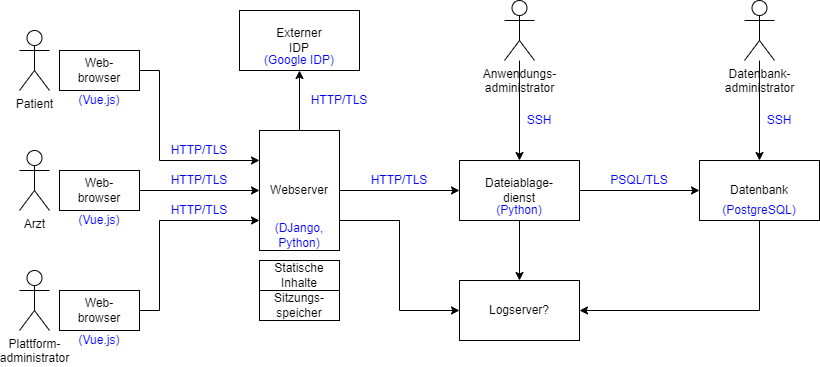
DavidFambach/Abgabe-ASE-Patientenakte keeps this draw.io diagram as documents/Architekturüberblick/Architekturüberblick (technisch).png. Above is the earlier version. Source tidied: cells renumbered, new cells last; positions are measured from the earlier drawing's top-left corner, leaving out a move shared by most shapes. Source of this version:
```xml
<mxGraphModel>
  <root>
    <mxCell id="0" />
    <mxCell id="1" parent="0" />
    <mxCell id="2" value="Patient" style="shape=umlActor;verticalLabelPosition=bottom;verticalAlign=top;html=1;" parent="1" vertex="1">
      <mxGeometry y="30" width="30" height="60" as="geometry" />
    </mxCell>
    <mxCell id="3" value="Arzt" style="shape=umlActor;verticalLabelPosition=bottom;verticalAlign=top;html=1;" parent="1" vertex="1">
      <mxGeometry y="150" width="30" height="60" as="geometry" />
    </mxCell>
    <mxCell id="4" value="&lt;div&gt;Plattform-&lt;/div&gt;&lt;div&gt;administrator&lt;/div&gt;" style="shape=umlActor;verticalLabelPosition=bottom;verticalAlign=top;html=1;" parent="1" vertex="1">
      <mxGeometry y="270" width="30" height="60" as="geometry" />
    </mxCell>
    <mxCell id="5" style="edgeStyle=orthogonalEdgeStyle;rounded=0;jettySize=auto;html=1;exitX=1;exitY=0.5;exitDx=0;exitDy=0;entryX=0;entryY=0.25;entryDx=0;entryDy=0;" parent="1" edge="1" source="6" target="14">
      <mxGeometry relative="1" as="geometry">
        <Array as="points">
          <mxPoint x="140" y="70" />
          <mxPoint x="140" y="160" />
        </Array>
      </mxGeometry>
    </mxCell>
    <mxCell id="6" value="&lt;div&gt;Web-&lt;/div&gt;&lt;div&gt;browser&lt;br&gt;&lt;/div&gt;" style="rounded=0;whiteSpace=wrap;html=1;" parent="1" vertex="1">
      <mxGeometry x="40" y="50" width="80" height="40" as="geometry" />
    </mxCell>
    <mxCell id="7" style="edgeStyle=orthogonalEdgeStyle;rounded=0;jettySize=auto;html=1;exitX=1;exitY=0.5;exitDx=0;exitDy=0;" parent="1" edge="1" source="8" target="14">
      <mxGeometry relative="1" as="geometry" />
    </mxCell>
    <mxCell id="8" value="&lt;div&gt;Web-&lt;/div&gt;&lt;div&gt;browser&lt;br&gt;&lt;/div&gt;" style="rounded=0;whiteSpace=wrap;html=1;" parent="1" vertex="1">
      <mxGeometry x="40" y="170" width="80" height="40" as="geometry" />
    </mxCell>
    <mxCell id="9" style="edgeStyle=orthogonalEdgeStyle;rounded=0;jettySize=auto;html=1;exitX=1;exitY=0.5;exitDx=0;exitDy=0;entryX=0;entryY=0.75;entryDx=0;entryDy=0;" parent="1" edge="1" source="10" target="14">
      <mxGeometry relative="1" as="geometry">
        <Array as="points">
          <mxPoint x="140" y="310" />
          <mxPoint x="140" y="220" />
        </Array>
      </mxGeometry>
    </mxCell>
    <mxCell id="10" value="&lt;div&gt;Web-&lt;/div&gt;&lt;div&gt;browser&lt;br&gt;&lt;/div&gt;" style="rounded=0;whiteSpace=wrap;html=1;" parent="1" vertex="1">
      <mxGeometry x="40" y="290" width="80" height="40" as="geometry" />
    </mxCell>
    <mxCell id="11" style="edgeStyle=orthogonalEdgeStyle;rounded=0;jettySize=auto;html=1;exitX=1;exitY=0.5;exitDx=0;exitDy=0;" parent="1" edge="1" source="14" target="18">
      <mxGeometry relative="1" as="geometry" />
    </mxCell>
    <mxCell id="12" style="edgeStyle=orthogonalEdgeStyle;rounded=0;jettySize=auto;html=1;exitX=1;exitY=0.75;exitDx=0;exitDy=0;entryX=0;entryY=0.5;entryDx=0;entryDy=0;" parent="1" edge="1" source="14" target="21">
      <mxGeometry relative="1" as="geometry" />
    </mxCell>
    <mxCell id="13" style="edgeStyle=orthogonalEdgeStyle;rounded=0;jettySize=auto;html=1;exitX=0.5;exitY=0;exitDx=0;exitDy=0;" parent="1" edge="1" source="14" target="15">
      <mxGeometry relative="1" as="geometry" />
    </mxCell>
    <mxCell id="14" value="&lt;div&gt;Webserver&lt;/div&gt;" style="rounded=0;whiteSpace=wrap;html=1;" parent="1" vertex="1">
      <mxGeometry x="240" y="130" width="80" height="120" as="geometry" />
    </mxCell>
    <mxCell id="15" value="&lt;div&gt;Externer&lt;/div&gt;&lt;div&gt;IDP&lt;br&gt;&lt;/div&gt;" style="rounded=0;whiteSpace=wrap;html=1;" parent="1" vertex="1">
      <mxGeometry x="220" y="10" width="120" height="60" as="geometry" />
    </mxCell>
    <mxCell id="16" style="edgeStyle=orthogonalEdgeStyle;rounded=0;jettySize=auto;html=1;exitX=1;exitY=0.5;exitDx=0;exitDy=0;" parent="1" edge="1" source="18" target="20">
      <mxGeometry relative="1" as="geometry" />
    </mxCell>
    <mxCell id="17" style="edgeStyle=orthogonalEdgeStyle;rounded=0;jettySize=auto;html=1;exitX=0.5;exitY=1;exitDx=0;exitDy=0;entryX=0.5;entryY=0;entryDx=0;entryDy=0;" parent="1" edge="1" source="18" target="21">
      <mxGeometry relative="1" as="geometry" />
    </mxCell>
    <mxCell id="18" value="&lt;div&gt;Dateiablage-&lt;/div&gt;&lt;div&gt;dienst&lt;br&gt;&lt;/div&gt;" style="rounded=0;whiteSpace=wrap;html=1;" parent="1" vertex="1">
      <mxGeometry x="440" y="160" width="120" height="60" as="geometry" />
    </mxCell>
    <mxCell id="19" style="edgeStyle=orthogonalEdgeStyle;rounded=0;jettySize=auto;html=1;exitX=0.5;exitY=1;exitDx=0;exitDy=0;entryX=1;entryY=0.5;entryDx=0;entryDy=0;" parent="1" edge="1" source="20" target="21">
      <mxGeometry relative="1" as="geometry" />
    </mxCell>
    <mxCell id="20" value="Datenbank" style="rounded=0;whiteSpace=wrap;html=1;" parent="1" vertex="1">
      <mxGeometry x="680" y="160" width="120" height="60" as="geometry" />
    </mxCell>
    <mxCell id="21" value="Logserver?" style="rounded=0;whiteSpace=wrap;html=1;" parent="1" vertex="1">
      <mxGeometry x="440" y="280" width="120" height="60" as="geometry" />
    </mxCell>
    <mxCell id="22" value="Statische Inhalte" style="rounded=0;whiteSpace=wrap;html=1;" parent="1" vertex="1">
      <mxGeometry x="240" y="260" width="80" height="30" as="geometry" />
    </mxCell>
    <mxCell id="23" value="&lt;div&gt;Sitzungs-&lt;/div&gt;&lt;div&gt;speicher&lt;br&gt;&lt;/div&gt;" style="rounded=0;whiteSpace=wrap;html=1;" parent="1" vertex="1">
      <mxGeometry x="240" y="290" width="80" height="30" as="geometry" />
    </mxCell>
    <mxCell id="24" style="edgeStyle=orthogonalEdgeStyle;rounded=0;jettySize=auto;html=1;" parent="1" edge="1" source="25" target="18">
      <mxGeometry relative="1" as="geometry" />
    </mxCell>
    <mxCell id="25" value="&lt;div&gt;Anwendungs-&lt;/div&gt;&lt;div&gt;administrator&lt;/div&gt;" style="shape=umlActor;verticalLabelPosition=bottom;verticalAlign=top;html=1;outlineConnect=0;" parent="1" vertex="1">
      <mxGeometry x="485" width="30" height="60" as="geometry" />
    </mxCell>
    <mxCell id="26" style="edgeStyle=orthogonalEdgeStyle;rounded=0;jettySize=auto;html=1;" parent="1" edge="1" source="27" target="20">
      <mxGeometry relative="1" as="geometry" />
    </mxCell>
    <mxCell id="27" value="&lt;div&gt;Datenbank-&lt;/div&gt;&lt;div&gt;administrator&lt;/div&gt;" style="shape=umlActor;verticalLabelPosition=bottom;verticalAlign=top;html=1;outlineConnect=0;" parent="1" vertex="1">
      <mxGeometry x="725" width="30" height="60" as="geometry" />
    </mxCell>
    <mxCell id="28" value="Technisch" parent="0" />
    <mxCell id="29" value="(PostgreSQL)" style="text;html=1;strokeColor=none;fillColor=none;align=center;verticalAlign=middle;whiteSpace=wrap;rounded=0;fontColor=#0000ff;" parent="28" vertex="1">
      <mxGeometry x="680" y="200" width="120" height="20" as="geometry" />
    </mxCell>
    <mxCell id="30" value="(DJango, Python)" style="text;html=1;strokeColor=none;fillColor=none;align=center;verticalAlign=middle;whiteSpace=wrap;rounded=0;fontColor=#0000ff;" parent="28" vertex="1">
      <mxGeometry x="240" y="220" width="80" height="30" as="geometry" />
    </mxCell>
    <mxCell id="31" value="(Python)" style="text;html=1;strokeColor=none;fillColor=none;align=center;verticalAlign=middle;whiteSpace=wrap;rounded=0;fontColor=#0000ff;" parent="28" vertex="1">
      <mxGeometry x="440" y="200" width="120" height="20" as="geometry" />
    </mxCell>
    <mxCell id="32" value="(Vue.js)" style="text;html=1;strokeColor=none;fillColor=none;align=center;verticalAlign=middle;whiteSpace=wrap;rounded=0;fontColor=#0000ff;" parent="28" vertex="1">
      <mxGeometry x="40" y="90" width="80" height="20" as="geometry" />
    </mxCell>
    <mxCell id="33" value="(Vue.js)" style="text;html=1;strokeColor=none;fillColor=none;align=center;verticalAlign=middle;whiteSpace=wrap;rounded=0;fontColor=#0000ff;" parent="28" vertex="1">
      <mxGeometry x="40" y="210" width="80" height="20" as="geometry" />
    </mxCell>
    <mxCell id="34" value="(Vue.js)" style="text;html=1;strokeColor=none;fillColor=none;align=center;verticalAlign=middle;whiteSpace=wrap;rounded=0;fontColor=#0000ff;" parent="28" vertex="1">
      <mxGeometry x="40" y="330" width="80" height="20" as="geometry" />
    </mxCell>
    <mxCell id="35" value="HTTP/TLS" style="text;html=1;strokeColor=none;fillColor=none;align=center;verticalAlign=middle;whiteSpace=wrap;rounded=0;fontColor=#0000ff;" parent="28" vertex="1">
      <mxGeometry x="340" y="170" width="80" height="20" as="geometry" />
    </mxCell>
    <mxCell id="36" value="PSQL/TLS" style="text;html=1;strokeColor=none;fillColor=none;align=center;verticalAlign=middle;whiteSpace=wrap;rounded=0;fontColor=#0000ff;" parent="28" vertex="1">
      <mxGeometry x="580" y="170" width="80" height="20" as="geometry" />
    </mxCell>
    <mxCell id="37" value="HTTP/TLS" style="text;html=1;strokeColor=none;fillColor=none;align=center;verticalAlign=middle;whiteSpace=wrap;rounded=0;fontColor=#0000ff;" parent="28" vertex="1">
      <mxGeometry x="140" y="140" width="80" height="20" as="geometry" />
    </mxCell>
    <mxCell id="38" value="HTTP/TLS" style="text;html=1;strokeColor=none;fillColor=none;align=center;verticalAlign=middle;whiteSpace=wrap;rounded=0;fontColor=#0000ff;" parent="28" vertex="1">
      <mxGeometry x="140" y="170" width="80" height="20" as="geometry" />
    </mxCell>
    <mxCell id="39" value="HTTP/TLS" style="text;html=1;strokeColor=none;fillColor=none;align=center;verticalAlign=middle;whiteSpace=wrap;rounded=0;fontColor=#0000ff;" parent="28" vertex="1">
      <mxGeometry x="140" y="200" width="80" height="20" as="geometry" />
    </mxCell>
    <mxCell id="40" value="HTTP/TLS" style="text;html=1;strokeColor=none;fillColor=none;align=center;verticalAlign=middle;whiteSpace=wrap;rounded=0;fontColor=#0000ff;" parent="28" vertex="1">
      <mxGeometry x="280" y="90" width="80" height="20" as="geometry" />
    </mxCell>
    <mxCell id="41" value="SSH" style="text;html=1;strokeColor=none;fillColor=none;align=center;verticalAlign=middle;whiteSpace=wrap;rounded=0;fontColor=#0000ff;" parent="28" vertex="1">
      <mxGeometry x="500" y="110" width="40" height="20" as="geometry" />
    </mxCell>
    <mxCell id="42" value="SSH" style="text;html=1;strokeColor=none;fillColor=none;align=center;verticalAlign=middle;whiteSpace=wrap;rounded=0;fontColor=#0000ff;" parent="28" vertex="1">
      <mxGeometry x="740" y="110" width="40" height="20" as="geometry" />
    </mxCell>
    <mxCell id="43" value="(Google IDP)" style="text;html=1;strokeColor=none;fillColor=none;align=center;verticalAlign=middle;whiteSpace=wrap;rounded=0;fontColor=#0000ff;" parent="28" vertex="1">
      <mxGeometry x="220" y="50" width="120" height="20" as="geometry" />
    </mxCell>
  </root>
</mxGraphModel>
```
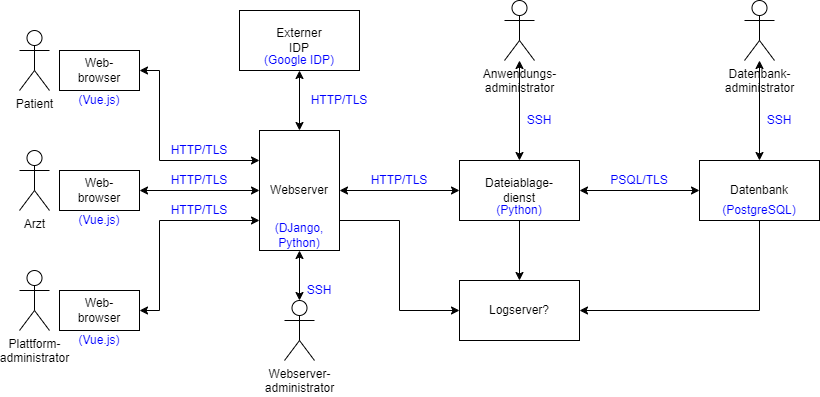
After the commit.

The edit, as a diff of the source:
```diff
@@ -11,7 +11,7 @@
     <mxCell id="4" value="&lt;div&gt;Plattform-&lt;/div&gt;&lt;div&gt;administrator&lt;/div&gt;" style="shape=umlActor;verticalLabelPosition=bottom;verticalAlign=top;html=1;" parent="1" vertex="1">
       <mxGeometry y="270" width="30" height="60" as="geometry" />
     </mxCell>
-    <mxCell id="5" style="edgeStyle=orthogonalEdgeStyle;rounded=0;jettySize=auto;html=1;exitX=1;exitY=0.5;exitDx=0;exitDy=0;entryX=0;entryY=0.25;entryDx=0;entryDy=0;" parent="1" edge="1" source="6" target="14">
+    <mxCell id="5" style="edgeStyle=orthogonalEdgeStyle;rounded=0;jettySize=auto;html=1;exitX=1;exitY=0.5;exitDx=0;exitDy=0;entryX=0;entryY=0.25;entryDx=0;entryDy=0;startArrow=classic;startFill=1;" parent="1" edge="1" source="6" target="14">
       <mxGeometry relative="1" as="geometry">
         <Array as="points">
           <mxPoint x="140" y="70" />
@@ -22,13 +22,13 @@
     <mxCell id="6" value="&lt;div&gt;Web-&lt;/div&gt;&lt;div&gt;browser&lt;br&gt;&lt;/div&gt;" style="rounded=0;whiteSpace=wrap;html=1;" parent="1" vertex="1">
       <mxGeometry x="40" y="50" width="80" height="40" as="geometry" />
     </mxCell>
-    <mxCell id="7" style="edgeStyle=orthogonalEdgeStyle;rounded=0;jettySize=auto;html=1;exitX=1;exitY=0.5;exitDx=0;exitDy=0;" parent="1" edge="1" source="8" target="14">
+    <mxCell id="7" style="edgeStyle=orthogonalEdgeStyle;rounded=0;jettySize=auto;html=1;exitX=1;exitY=0.5;exitDx=0;exitDy=0;startArrow=classic;startFill=1;" parent="1" edge="1" source="8" target="14">
       <mxGeometry relative="1" as="geometry" />
     </mxCell>
     <mxCell id="8" value="&lt;div&gt;Web-&lt;/div&gt;&lt;div&gt;browser&lt;br&gt;&lt;/div&gt;" style="rounded=0;whiteSpace=wrap;html=1;" parent="1" vertex="1">
       <mxGeometry x="40" y="170" width="80" height="40" as="geometry" />
     </mxCell>
-    <mxCell id="9" style="edgeStyle=orthogonalEdgeStyle;rounded=0;jettySize=auto;html=1;exitX=1;exitY=0.5;exitDx=0;exitDy=0;entryX=0;entryY=0.75;entryDx=0;entryDy=0;" parent="1" edge="1" source="10" target="14">
+    <mxCell id="9" style="edgeStyle=orthogonalEdgeStyle;rounded=0;jettySize=auto;html=1;exitX=1;exitY=0.5;exitDx=0;exitDy=0;entryX=0;entryY=0.75;entryDx=0;entryDy=0;startArrow=classic;startFill=1;" parent="1" edge="1" source="10" target="14">
       <mxGeometry relative="1" as="geometry">
         <Array as="points">
           <mxPoint x="140" y="310" />
@@ -39,13 +39,13 @@
     <mxCell id="10" value="&lt;div&gt;Web-&lt;/div&gt;&lt;div&gt;browser&lt;br&gt;&lt;/div&gt;" style="rounded=0;whiteSpace=wrap;html=1;" parent="1" vertex="1">
       <mxGeometry x="40" y="290" width="80" height="40" as="geometry" />
     </mxCell>
-    <mxCell id="11" style="edgeStyle=orthogonalEdgeStyle;rounded=0;jettySize=auto;html=1;exitX=1;exitY=0.5;exitDx=0;exitDy=0;" parent="1" edge="1" source="14" target="18">
+    <mxCell id="11" style="edgeStyle=orthogonalEdgeStyle;rounded=0;jettySize=auto;html=1;exitX=1;exitY=0.5;exitDx=0;exitDy=0;startArrow=classic;startFill=1;" parent="1" edge="1" source="14" target="18">
       <mxGeometry relative="1" as="geometry" />
     </mxCell>
     <mxCell id="12" style="edgeStyle=orthogonalEdgeStyle;rounded=0;jettySize=auto;html=1;exitX=1;exitY=0.75;exitDx=0;exitDy=0;entryX=0;entryY=0.5;entryDx=0;entryDy=0;" parent="1" edge="1" source="14" target="21">
       <mxGeometry relative="1" as="geometry" />
     </mxCell>
-    <mxCell id="13" style="edgeStyle=orthogonalEdgeStyle;rounded=0;jettySize=auto;html=1;exitX=0.5;exitY=0;exitDx=0;exitDy=0;" parent="1" edge="1" source="14" target="15">
+    <mxCell id="13" style="edgeStyle=orthogonalEdgeStyle;rounded=0;jettySize=auto;html=1;exitX=0.5;exitY=0;exitDx=0;exitDy=0;startArrow=classic;startFill=1;" parent="1" edge="1" source="14" target="15">
       <mxGeometry relative="1" as="geometry" />
     </mxCell>
     <mxCell id="14" value="&lt;div&gt;Webserver&lt;/div&gt;" style="rounded=0;whiteSpace=wrap;html=1;" parent="1" vertex="1">
@@ -54,7 +54,7 @@
     <mxCell id="15" value="&lt;div&gt;Externer&lt;/div&gt;&lt;div&gt;IDP&lt;br&gt;&lt;/div&gt;" style="rounded=0;whiteSpace=wrap;html=1;" parent="1" vertex="1">
       <mxGeometry x="220" y="10" width="120" height="60" as="geometry" />
     </mxCell>
-    <mxCell id="16" style="edgeStyle=orthogonalEdgeStyle;rounded=0;jettySize=auto;html=1;exitX=1;exitY=0.5;exitDx=0;exitDy=0;" parent="1" edge="1" source="18" target="20">
+    <mxCell id="16" style="edgeStyle=orthogonalEdgeStyle;rounded=0;jettySize=auto;html=1;exitX=1;exitY=0.5;exitDx=0;exitDy=0;startArrow=classic;startFill=1;" parent="1" edge="1" source="18" target="20">
       <mxGeometry relative="1" as="geometry" />
     </mxCell>
     <mxCell id="17" style="edgeStyle=orthogonalEdgeStyle;rounded=0;jettySize=auto;html=1;exitX=0.5;exitY=1;exitDx=0;exitDy=0;entryX=0.5;entryY=0;entryDx=0;entryDy=0;" parent="1" edge="1" source="18" target="21">
@@ -72,24 +72,24 @@
     <mxCell id="21" value="Logserver?" style="rounded=0;whiteSpace=wrap;html=1;" parent="1" vertex="1">
       <mxGeometry x="440" y="280" width="120" height="60" as="geometry" />
     </mxCell>
-    <mxCell id="22" value="Statische Inhalte" style="rounded=0;whiteSpace=wrap;html=1;" parent="1" vertex="1">
-      <mxGeometry x="240" y="260" width="80" height="30" as="geometry" />
-    </mxCell>
-    <mxCell id="23" value="&lt;div&gt;Sitzungs-&lt;/div&gt;&lt;div&gt;speicher&lt;br&gt;&lt;/div&gt;" style="rounded=0;whiteSpace=wrap;html=1;" parent="1" vertex="1">
-      <mxGeometry x="240" y="290" width="80" height="30" as="geometry" />
-    </mxCell>
-    <mxCell id="24" style="edgeStyle=orthogonalEdgeStyle;rounded=0;jettySize=auto;html=1;" parent="1" edge="1" source="25" target="18">
+    <mxCell id="24" style="edgeStyle=orthogonalEdgeStyle;rounded=0;jettySize=auto;html=1;startArrow=classic;startFill=1;" parent="1" edge="1" source="25" target="18">
       <mxGeometry relative="1" as="geometry" />
     </mxCell>
     <mxCell id="25" value="&lt;div&gt;Anwendungs-&lt;/div&gt;&lt;div&gt;administrator&lt;/div&gt;" style="shape=umlActor;verticalLabelPosition=bottom;verticalAlign=top;html=1;outlineConnect=0;" parent="1" vertex="1">
       <mxGeometry x="485" width="30" height="60" as="geometry" />
     </mxCell>
-    <mxCell id="26" style="edgeStyle=orthogonalEdgeStyle;rounded=0;jettySize=auto;html=1;" parent="1" edge="1" source="27" target="20">
+    <mxCell id="26" style="edgeStyle=orthogonalEdgeStyle;rounded=0;jettySize=auto;html=1;startArrow=classic;startFill=1;" parent="1" edge="1" source="27" target="20">
       <mxGeometry relative="1" as="geometry" />
     </mxCell>
     <mxCell id="27" value="&lt;div&gt;Datenbank-&lt;/div&gt;&lt;div&gt;administrator&lt;/div&gt;" style="shape=umlActor;verticalLabelPosition=bottom;verticalAlign=top;html=1;outlineConnect=0;" parent="1" vertex="1">
       <mxGeometry x="725" width="30" height="60" as="geometry" />
     </mxCell>
+    <mxCell id="44" style="edgeStyle=orthogonalEdgeStyle;rounded=0;jettySize=auto;html=1;startArrow=classic;startFill=1;" parent="1" edge="1" source="45" target="14">
+      <mxGeometry relative="1" as="geometry" />
+    </mxCell>
+    <mxCell id="45" value="&lt;div&gt;Webserver-&lt;/div&gt;&lt;div&gt;administrator&lt;/div&gt;" style="shape=umlActor;verticalLabelPosition=bottom;verticalAlign=top;html=1;outlineConnect=0;" parent="1" vertex="1">
+      <mxGeometry x="265" y="300" width="30" height="60" as="geometry" />
+    </mxCell>
     <mxCell id="28" value="Technisch" parent="0" />
     <mxCell id="29" value="(PostgreSQL)" style="text;html=1;strokeColor=none;fillColor=none;align=center;verticalAlign=middle;whiteSpace=wrap;rounded=0;fontColor=#0000ff;" parent="28" vertex="1">
       <mxGeometry x="680" y="200" width="120" height="20" as="geometry" />
@@ -136,5 +136,8 @@
     <mxCell id="43" value="(Google IDP)" style="text;html=1;strokeColor=none;fillColor=none;align=center;verticalAlign=middle;whiteSpace=wrap;rounded=0;fontColor=#0000ff;" parent="28" vertex="1">
       <mxGeometry x="220" y="50" width="120" height="20" as="geometry" />
     </mxCell>
+    <mxCell id="46" value="SSH" style="text;html=1;strokeColor=none;fillColor=none;align=center;verticalAlign=middle;whiteSpace=wrap;rounded=0;fontColor=#0000ff;" parent="28" vertex="1">
+      <mxGeometry x="280" y="280" width="40" height="20" as="geometry" />
+    </mxCell>
   </root>
 </mxGraphModel>
```
